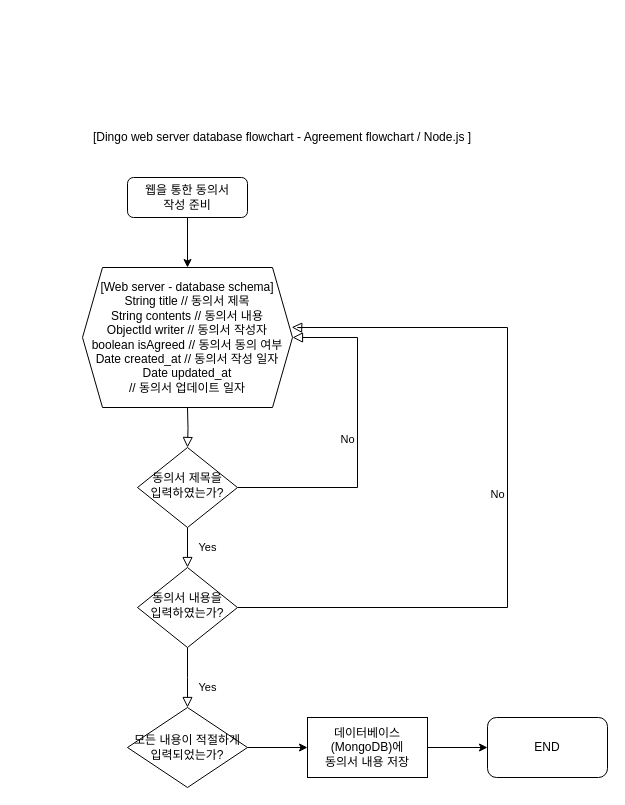
The draw.io diagram Untitled Diagram.drawio in dosthcpp/My-Projects, before the edit. Source tidied: cells renumbered, new cells numbered last; positions are measured from the earlier drawing's top-left corner, leaving out a move shared by most shapes. Both pictures are drawn from the tidied source at 100%, with x=0, y=0 at pixel (17, 127).
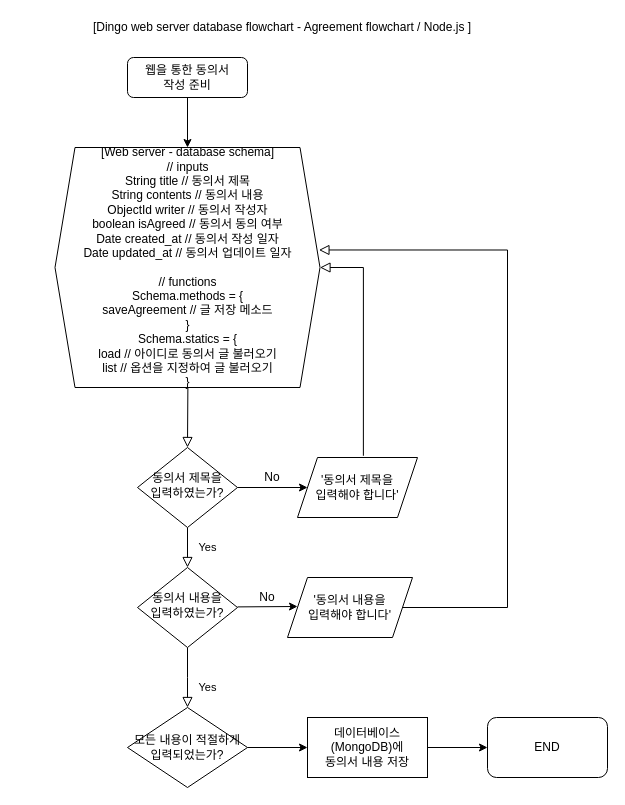
The same page after the edit.

The change refers to these unchanged cells:
```xml
<mxCell id="6" value="동의서 제목을&lt;br&gt;입력하였는가?" style="rhombus;whiteSpace=wrap;html=1;shadow=0;fontFamily=Helvetica;fontSize=12;align=center;strokeWidth=1;spacing=6;spacingTop=-4;" parent="1" vertex="1">
  <mxGeometry x="120" y="320" width="100" height="80" as="geometry" />
</mxCell>
<mxCell id="9" value="동의서 내용을&lt;br&gt;입력하였는가?" style="rhombus;whiteSpace=wrap;html=1;shadow=0;fontFamily=Helvetica;fontSize=12;align=center;strokeWidth=1;spacing=6;spacingTop=-4;" parent="1" vertex="1">
  <mxGeometry x="120" y="440" width="100" height="80" as="geometry" />
</mxCell>
```

The edit, as a diff of the source:
```diff
@@
     <mxCell id="2" style="rounded=0;html=1;jettySize=auto;fontSize=11;endArrow=block;endFill=0;endSize=8;strokeWidth=1;shadow=0;labelBackgroundColor=none;edgeStyle=orthogonalEdgeStyle;" parent="1" edge="1" target="6">
       <mxGeometry relative="1" as="geometry">
-        <mxPoint x="170" y="280" as="sourcePoint" />
+        <mxPoint x="170" y="160" as="sourcePoint" />
       </mxGeometry>
     </mxCell>
     <mxCell id="3" value="웹을 통한 동의서&lt;br&gt;작성 준비" style="rounded=1;whiteSpace=wrap;html=1;fontSize=12;glass=0;strokeWidth=1;shadow=0;" parent="1" vertex="1">
-      <mxGeometry x="110" y="50" width="120" height="40" as="geometry" />
+      <mxGeometry x="110" y="-70" width="120" height="40" as="geometry" />
     </mxCell>
@@
-    <mxCell id="5" value="No" style="edgeStyle=orthogonalEdgeStyle;rounded=0;html=1;jettySize=auto;fontSize=11;endArrow=block;endFill=0;endSize=8;strokeWidth=1;shadow=0;labelBackgroundColor=none;entryX=1;entryY=0.5;entryDx=0;entryDy=0;" parent="1" edge="1" source="6" target="10">
-      <mxGeometry y="10" relative="1" as="geometry">
-        <Array as="points">
-          <mxPoint x="340" y="360" />
-          <mxPoint x="340" y="210" />
-        </Array>
-      </mxGeometry>
-    </mxCell>
@@
-    <mxCell id="8" value="No" style="edgeStyle=orthogonalEdgeStyle;rounded=0;html=1;jettySize=auto;fontSize=11;endArrow=block;endFill=0;endSize=8;strokeWidth=1;shadow=0;labelBackgroundColor=none;entryX=0.996;entryY=0.427;entryDx=0;entryDy=0;entryPerimeter=0;" parent="1" edge="1" source="9" target="10">
+    <mxCell id="8" style="edgeStyle=orthogonalEdgeStyle;rounded=0;html=1;jettySize=auto;fontSize=11;endArrow=block;endFill=0;endSize=8;strokeWidth=1;shadow=0;labelBackgroundColor=none;entryX=0.996;entryY=0.427;entryDx=0;entryDy=0;entryPerimeter=0;exitX=1;exitY=0.5;exitDx=0;exitDy=0;" parent="1" edge="1" source="22" target="10">
       <mxGeometry y="10" relative="1" as="geometry">
         <Array as="points">
           <mxPoint x="490" y="480" />
-          <mxPoint x="490" y="200" />
-          <mxPoint x="280" y="200" />
+          <mxPoint x="490" y="123" />
         </Array>
       </mxGeometry>
     </mxCell>
@@
-    <mxCell id="10" value="[Web server - database schema]&lt;br&gt;String title // 동의서 제목&lt;br&gt;String contents // 동의서 내용&lt;br&gt;ObjectId writer // 동의서 작성자&lt;br&gt;boolean isAgreed // 동의서 동의 여부&lt;br&gt;Date created_at // 동의서 작성 일자&lt;br&gt;Date updated_at&lt;br&gt;// 동의서 업데이트 일자" style="shape=hexagon;perimeter=hexagonPerimeter2;whiteSpace=wrap;html=1;fixedSize=1;" parent="1" vertex="1">
-      <mxGeometry x="65" y="140" width="210" height="140" as="geometry" />
+    <mxCell id="10" value="[Web server - database schema]&lt;br&gt;// inputs&lt;br&gt;String title // 동의서 제목&lt;br&gt;String contents // 동의서 내용&lt;br&gt;ObjectId writer // 동의서 작성자&lt;br&gt;boolean isAgreed // 동의서 동의 여부&lt;br&gt;Date created_at // 동의서 작성 일자&lt;br&gt;Date updated_at // 동의서 업데이트 일자&lt;br&gt;&lt;br&gt;// functions&lt;br&gt;Schema.methods = {&lt;br&gt;saveAgreement // 글 저장 메소드&lt;br&gt;}&lt;br&gt;Schema.statics = {&lt;br&gt;load // 아이디로 동의서 글 불러오기&lt;br&gt;list // 옵션을 지정하여 글 불러오기&lt;br&gt;}" style="shape=hexagon;perimeter=hexagonPerimeter2;whiteSpace=wrap;html=1;fixedSize=1;" parent="1" vertex="1">
+      <mxGeometry x="37.5" y="20" width="265" height="240" as="geometry" />
     </mxCell>
@@
     <mxCell id="12" value="[Dingo web server database flowchart - Agreement flowchart / Node.js ]" style="text;html=1;strokeColor=none;fillColor=none;align=center;verticalAlign=middle;whiteSpace=wrap;rounded=0;" parent="1" vertex="1">
-      <mxGeometry width="530" height="20" as="geometry" />
+      <mxGeometry y="-110" width="530" height="20" as="geometry" />
     </mxCell>
@@
+    <mxCell id="18" value="'동의서 제목을&lt;br&gt;입력해야 합니다'" style="shape=parallelogram;perimeter=parallelogramPerimeter;whiteSpace=wrap;html=1;fixedSize=1;" parent="1" vertex="1">
+      <mxGeometry x="280" y="330" width="120" height="60" as="geometry" />
+    </mxCell>
+    <mxCell id="19" style="endArrow=classic;html=1;" parent="1" edge="1" target="18">
+      <mxGeometry relative="1" as="geometry">
+        <mxPoint x="220" y="360" as="sourcePoint" />
+      </mxGeometry>
+    </mxCell>
+    <mxCell id="20" value="No" style="text;html=1;strokeColor=none;fillColor=none;align=center;verticalAlign=middle;whiteSpace=wrap;rounded=0;" parent="1" vertex="1">
+      <mxGeometry x="235" y="340" width="40" height="20" as="geometry" />
+    </mxCell>
+    <mxCell id="21" style="edgeStyle=orthogonalEdgeStyle;rounded=0;html=1;jettySize=auto;fontSize=11;endArrow=block;endFill=0;endSize=8;strokeWidth=1;shadow=0;labelBackgroundColor=none;entryX=1;entryY=0.5;entryDx=0;entryDy=0;exitX=0.549;exitY=-0.029;exitDx=0;exitDy=0;exitPerimeter=0;" parent="1" edge="1" source="18" target="10">
+      <mxGeometry x="-0.07" y="16" relative="1" as="geometry">
+        <Array as="points">
+          <mxPoint x="346" y="140" />
+        </Array>
+      </mxGeometry>
+    </mxCell>
+    <mxCell id="22" value="'동의서 내용을&lt;br&gt;입력해야 합니다'" style="shape=parallelogram;perimeter=parallelogramPerimeter;whiteSpace=wrap;html=1;fixedSize=1;" parent="1" vertex="1">
+      <mxGeometry x="270" y="450" width="125" height="60" as="geometry" />
+    </mxCell>
+    <mxCell id="23" value="No" style="text;html=1;strokeColor=none;fillColor=none;align=center;verticalAlign=middle;whiteSpace=wrap;rounded=0;" parent="1" vertex="1">
+      <mxGeometry x="230" y="460" width="40" height="20" as="geometry" />
+    </mxCell>
+    <mxCell id="24" style="endArrow=classic;html=1;" parent="1" edge="1">
+      <mxGeometry relative="1" as="geometry">
+        <mxPoint x="220" y="479.4" as="sourcePoint" />
+        <mxPoint x="280" y="479" as="targetPoint" />
+      </mxGeometry>
+    </mxCell>
```
